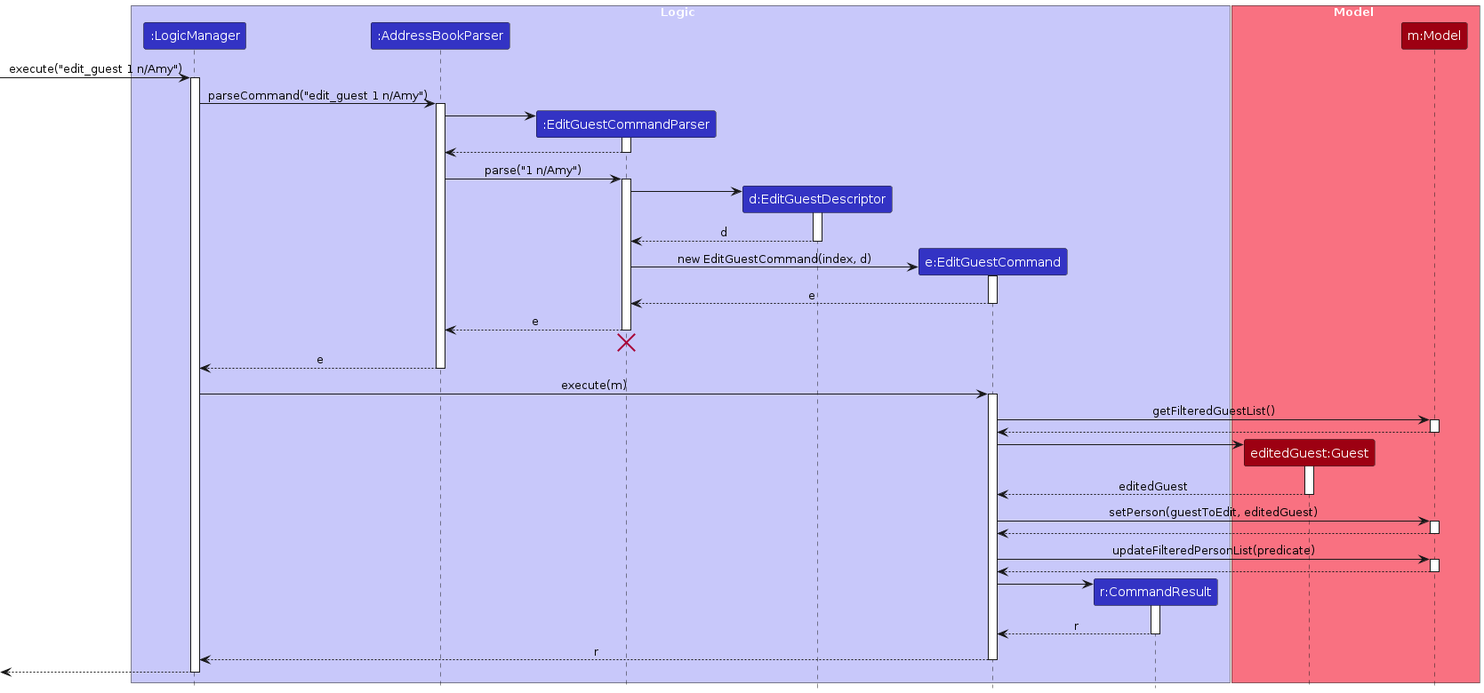
This is diagrams/EditGuestSequenceDiagram.png from AY2425S1-CS2103T-F09-3/tp, a PlantUML export, as it was before one commit. Its source is kept beside it as diagrams/EditGuestSequenceDiagram.puml.
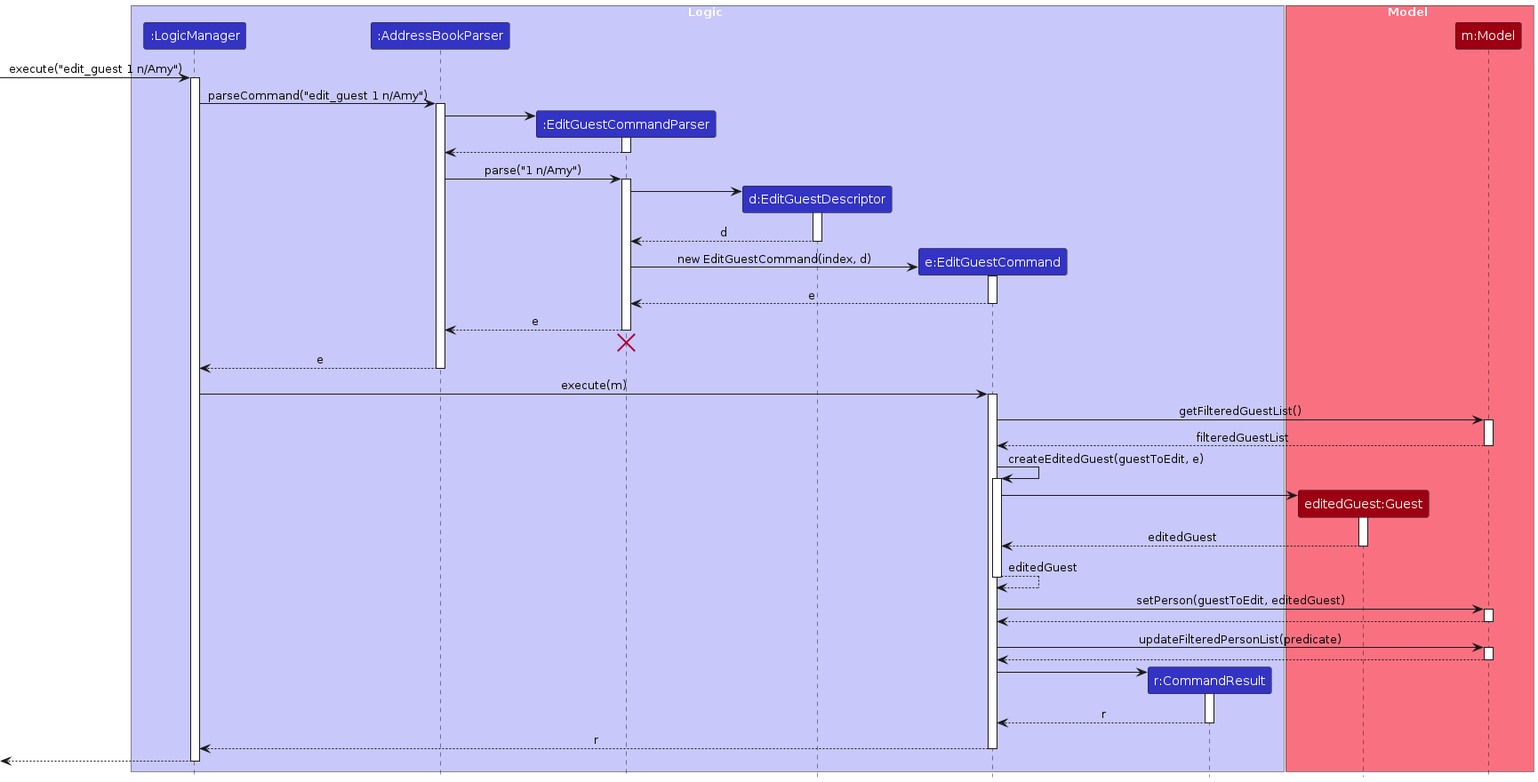
After the change.

The edit, as a diff of the source:
```diff
@@ -60,15 +60,19 @@
 EditGuestCommand -> Model : getFilteredGuestList()
 activate Model
 
-Model --> EditGuestCommand
+Model --> EditGuestCommand : filteredGuestList
 deactivate Model
+
+EditGuestCommand -> EditGuestCommand : createEditedGuest(guestToEdit, e)
+activate EditGuestCommand
 
 create Guest
 EditGuestCommand -> Guest
+activate Guest
 
-activate Guest
 Guest --> EditGuestCommand : editedGuest
 deactivate Guest
+return editedGuest
 
 EditGuestCommand -> Model : setPerson(guestToEdit, editedGuest)
 activate Model
```
